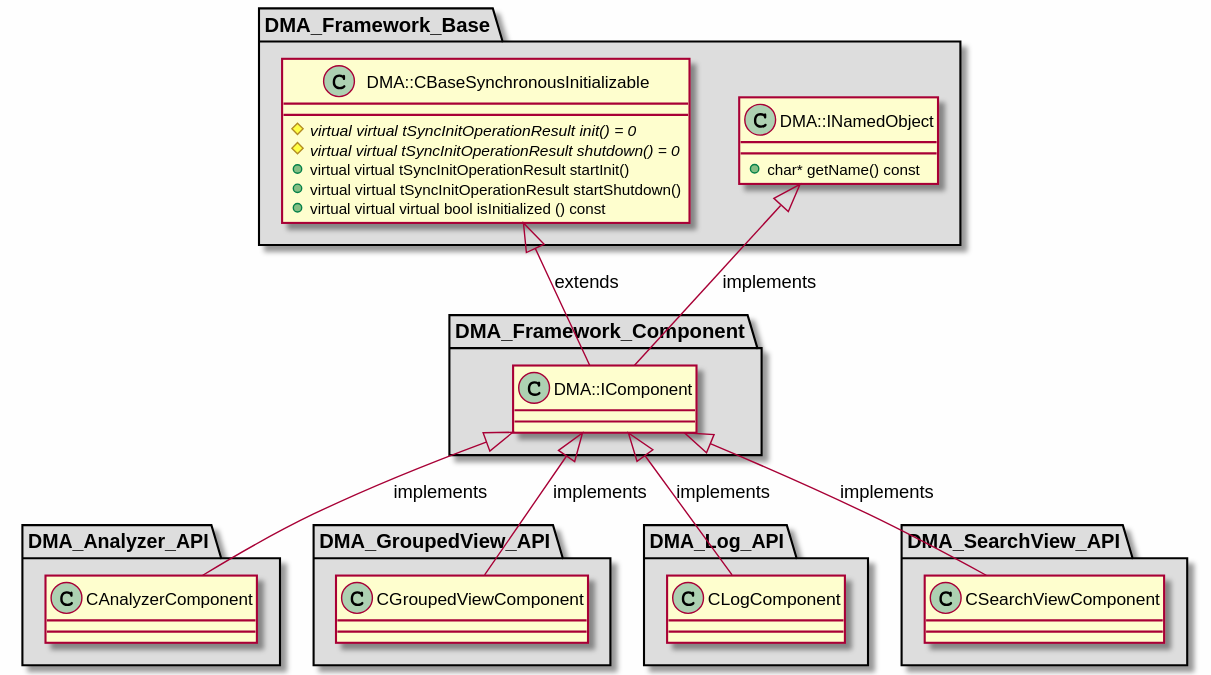
svlad-90/DLT-Message-Analyzer keeps this PlantUML diagram as md/dev_docs/puml/DMA_Framework_Component.svg. Above is the earlier version.
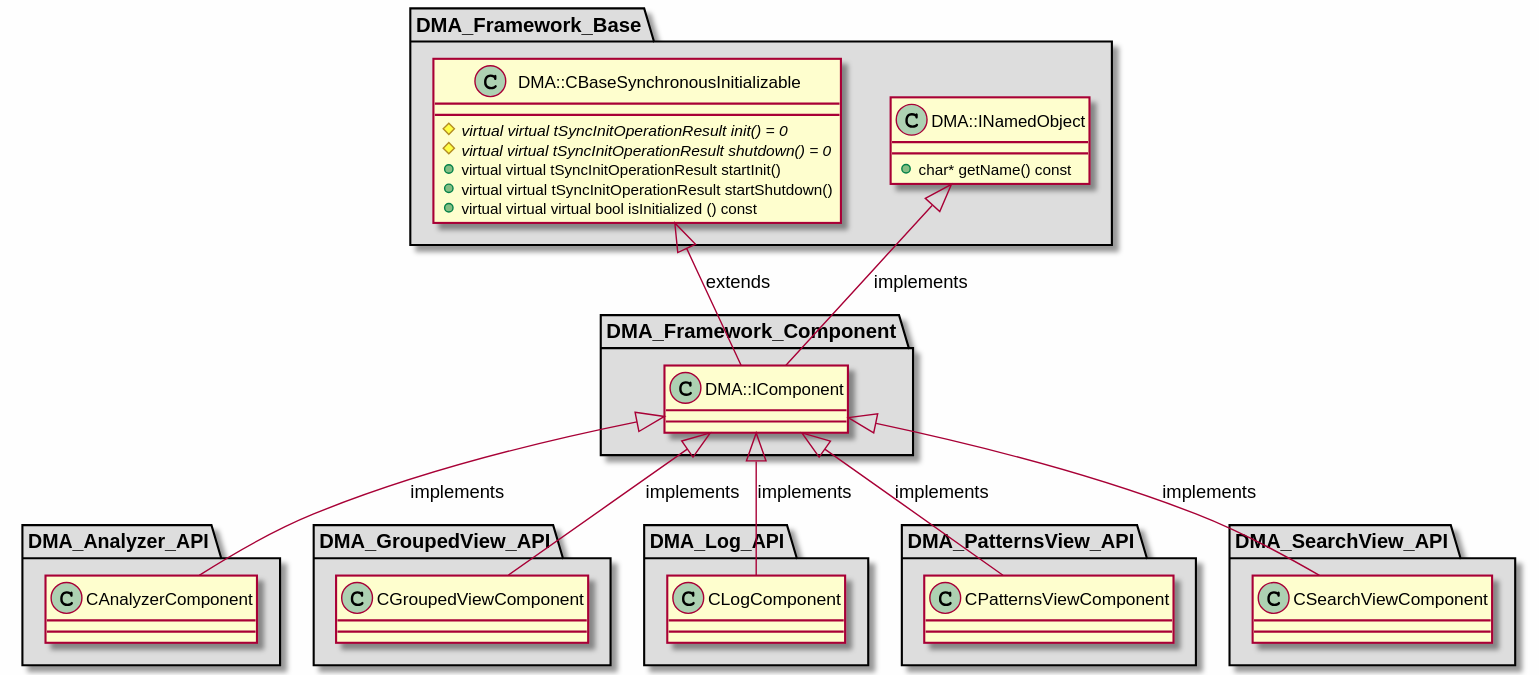
After the commit.

Change to the diagram source:
```diff
@@ -57,6 +57,15 @@
 
 }
 
+package "DMA_PatternsView_API" #DDDDDD
+{
+
+class "CPatternsViewComponent"
+{
+}
+
+}
+
 package "DMA_SearchView_API" #DDDDDD
 {
 
@@ -71,6 +80,7 @@
 DMA::INamedObject <|-- DMA::IComponent : implements
 DMA::IComponent <|-- CGroupedViewComponent : implements
 DMA::IComponent <|-- CLogComponent : implements
+DMA::IComponent <|-- CPatternsViewComponent : implements
 DMA::IComponent <|-- CSearchViewComponent : implements
 
 @enduml
```
